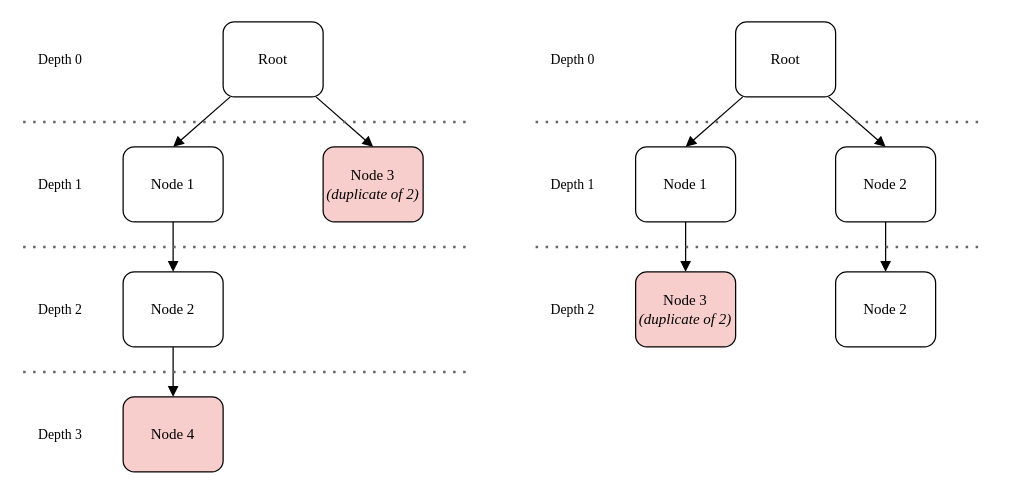
jatsqi/master-thesis-latex keeps this draw.io diagram as Bilder/DrawIO/side_effects.drawio. Above is the earlier version. Source tidied: cells renumbered, new cells numbered last; positions are measured from the earlier drawing's top-left corner, leaving out a move shared by most shapes. Both pictures are drawn from the tidied source at 125%, with x=0, y=0 at pixel (22, 21).
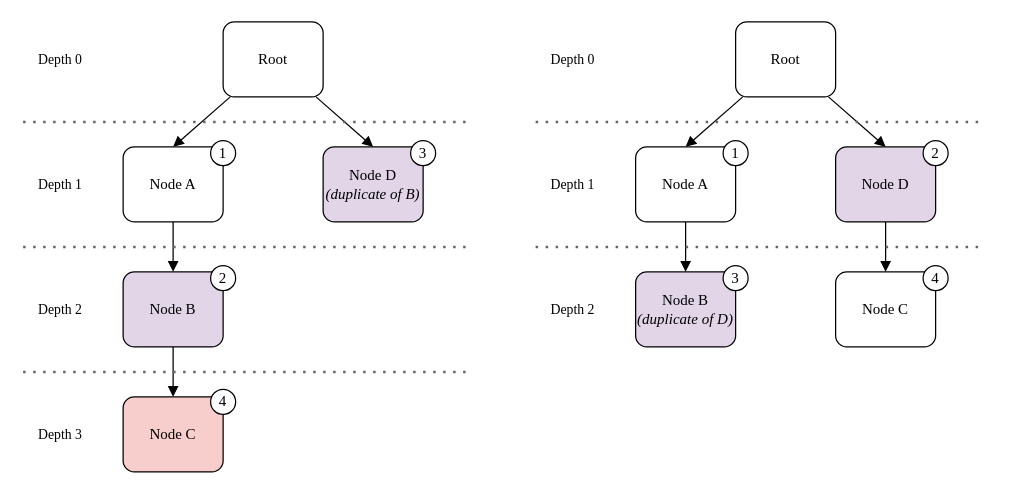
Above is the later version.

The edit, as a diff of the source:
```diff
@@
-    <mxCell id="6" value="Node 1" style="rounded=1;whiteSpace=wrap;html=1;fontFamily=Times New Roman;" parent="1" vertex="1">
+    <mxCell id="6" value="Node A" style="rounded=1;whiteSpace=wrap;html=1;fontFamily=Times New Roman;" parent="1" vertex="1">
       <mxGeometry x="80" y="100" width="80" height="60" as="geometry" />
     </mxCell>
-    <mxCell id="7" value="Node 3&lt;div&gt;&lt;i&gt;(duplicate of 2)&lt;/i&gt;&lt;/div&gt;" style="rounded=1;whiteSpace=wrap;html=1;fontFamily=Times New Roman;fillColor=#f8cecc;strokeColor=default;" parent="1" vertex="1">
+    <mxCell id="7" value="Node D&lt;div&gt;&lt;i&gt;(duplicate of B)&lt;/i&gt;&lt;/div&gt;" style="rounded=1;whiteSpace=wrap;html=1;fontFamily=Times New Roman;fillColor=#e1d5e7;strokeColor=default;" parent="1" vertex="1">
       <mxGeometry x="240" y="100" width="80" height="60" as="geometry" />
     </mxCell>
-    <mxCell id="8" style="edgeStyle=orthogonalEdgeStyle;shape=connector;rounded=0;jettySize=auto;html=1;strokeColor=default;align=center;verticalAlign=middle;fontFamily=Helvetica;fontSize=11;fontColor=default;labelBackgroundColor=default;endArrow=block;endFill=1;" parent="1" edge="1" source="9" target="30">
+    <mxCell id="8" style="edgeStyle=orthogonalEdgeStyle;shape=connector;rounded=0;jettySize=auto;html=1;strokeColor=default;align=center;verticalAlign=middle;fontFamily=Times New Roman;fontSize=11;fontColor=default;labelBackgroundColor=default;endArrow=block;endFill=1;" parent="1" edge="1" source="9" target="30">
       <mxGeometry relative="1" as="geometry" />
     </mxCell>
-    <mxCell id="9" value="Node 2" style="rounded=1;whiteSpace=wrap;html=1;fontFamily=Times New Roman;" parent="1" vertex="1">
+    <mxCell id="9" value="Node B" style="rounded=1;whiteSpace=wrap;html=1;fontFamily=Times New Roman;fillColor=#e1d5e7;strokeColor=default;" parent="1" vertex="1">
       <mxGeometry x="80" y="200" width="80" height="60" as="geometry" />
     </mxCell>
@@
-    <mxCell id="19" value="Node 1" style="rounded=1;whiteSpace=wrap;html=1;fontFamily=Times New Roman;" parent="1" vertex="1">
+    <mxCell id="19" value="Node A" style="rounded=1;whiteSpace=wrap;html=1;fontFamily=Times New Roman;" parent="1" vertex="1">
       <mxGeometry x="490" y="100" width="80" height="60" as="geometry" />
     </mxCell>
-    <mxCell id="20" style="edgeStyle=orthogonalEdgeStyle;rounded=0;jettySize=auto;html=1;endArrow=block;endFill=1;" parent="1" edge="1" source="21" target="31">
+    <mxCell id="20" style="edgeStyle=orthogonalEdgeStyle;rounded=0;jettySize=auto;html=1;endArrow=block;endFill=1;fontFamily=Times New Roman;" parent="1" edge="1" source="21" target="31">
       <mxGeometry relative="1" as="geometry" />
     </mxCell>
-    <mxCell id="21" value="Node 2" style="rounded=1;whiteSpace=wrap;html=1;fontFamily=Times New Roman;" parent="1" vertex="1">
+    <mxCell id="21" value="Node D" style="rounded=1;whiteSpace=wrap;html=1;fontFamily=Times New Roman;fillColor=#e1d5e7;strokeColor=default;" parent="1" vertex="1">
       <mxGeometry x="650" y="100" width="80" height="60" as="geometry" />
     </mxCell>
-    <mxCell id="22" value="Node 3&lt;div&gt;&lt;i&gt;(duplicate of 2)&lt;/i&gt;&lt;/div&gt;" style="rounded=1;whiteSpace=wrap;html=1;fontFamily=Times New Roman;strokeColor=default;fillColor=light-dark(#F8CECC,#512D2B);" parent="1" vertex="1">
+    <mxCell id="22" value="Node B&lt;div&gt;&lt;i&gt;(duplicate of D)&lt;/i&gt;&lt;/div&gt;" style="rounded=1;whiteSpace=wrap;html=1;fontFamily=Times New Roman;strokeColor=default;fillColor=#e1d5e7;" parent="1" vertex="1">
       <mxGeometry x="490" y="200" width="80" height="60" as="geometry" />
     </mxCell>
@@
-    <mxCell id="30" value="Node 4" style="rounded=1;whiteSpace=wrap;html=1;fontFamily=Times New Roman;fillColor=#F8CECC;" parent="1" vertex="1">
+    <mxCell id="30" value="Node C" style="rounded=1;whiteSpace=wrap;html=1;fontFamily=Times New Roman;fillColor=#f8cecc;strokeColor=default;" parent="1" vertex="1">
       <mxGeometry x="80" y="300" width="80" height="60" as="geometry" />
     </mxCell>
-    <mxCell id="31" value="Node 2" style="rounded=1;whiteSpace=wrap;html=1;fontFamily=Times New Roman;" parent="1" vertex="1">
+    <mxCell id="31" value="Node C" style="rounded=1;whiteSpace=wrap;html=1;fontFamily=Times New Roman;" parent="1" vertex="1">
       <mxGeometry x="650" y="200" width="80" height="60" as="geometry" />
     </mxCell>
+    <mxCell id="32" value="1" style="ellipse;whiteSpace=wrap;html=1;fontFamily=Times New Roman;" parent="1" vertex="1">
+      <mxGeometry x="150" y="95" width="20" height="20" as="geometry" />
+    </mxCell>
+    <mxCell id="33" value="4" style="ellipse;whiteSpace=wrap;html=1;fontFamily=Times New Roman;" parent="1" vertex="1">
+      <mxGeometry x="150" y="294" width="20" height="20" as="geometry" />
+    </mxCell>
+    <mxCell id="34" value="3" style="ellipse;whiteSpace=wrap;html=1;fontFamily=Times New Roman;" parent="1" vertex="1">
+      <mxGeometry x="310" y="95" width="20" height="20" as="geometry" />
+    </mxCell>
+    <mxCell id="35" value="1" style="ellipse;whiteSpace=wrap;html=1;fontFamily=Times New Roman;" parent="1" vertex="1">
+      <mxGeometry x="560" y="95" width="20" height="20" as="geometry" />
+    </mxCell>
+    <mxCell id="36" value="2" style="ellipse;whiteSpace=wrap;html=1;fontFamily=Times New Roman;" parent="1" vertex="1">
+      <mxGeometry x="150" y="195" width="20" height="20" as="geometry" />
+    </mxCell>
+    <mxCell id="37" value="2" style="ellipse;whiteSpace=wrap;html=1;fontFamily=Times New Roman;" parent="1" vertex="1">
+      <mxGeometry x="720" y="95" width="20" height="20" as="geometry" />
+    </mxCell>
+    <mxCell id="38" value="3" style="ellipse;whiteSpace=wrap;html=1;fontFamily=Times New Roman;" parent="1" vertex="1">
+      <mxGeometry x="560" y="195" width="20" height="20" as="geometry" />
+    </mxCell>
+    <mxCell id="39" value="4" style="ellipse;whiteSpace=wrap;html=1;fontFamily=Times New Roman;" parent="1" vertex="1">
+      <mxGeometry x="720" y="195" width="20" height="20" as="geometry" />
+    </mxCell>
```
